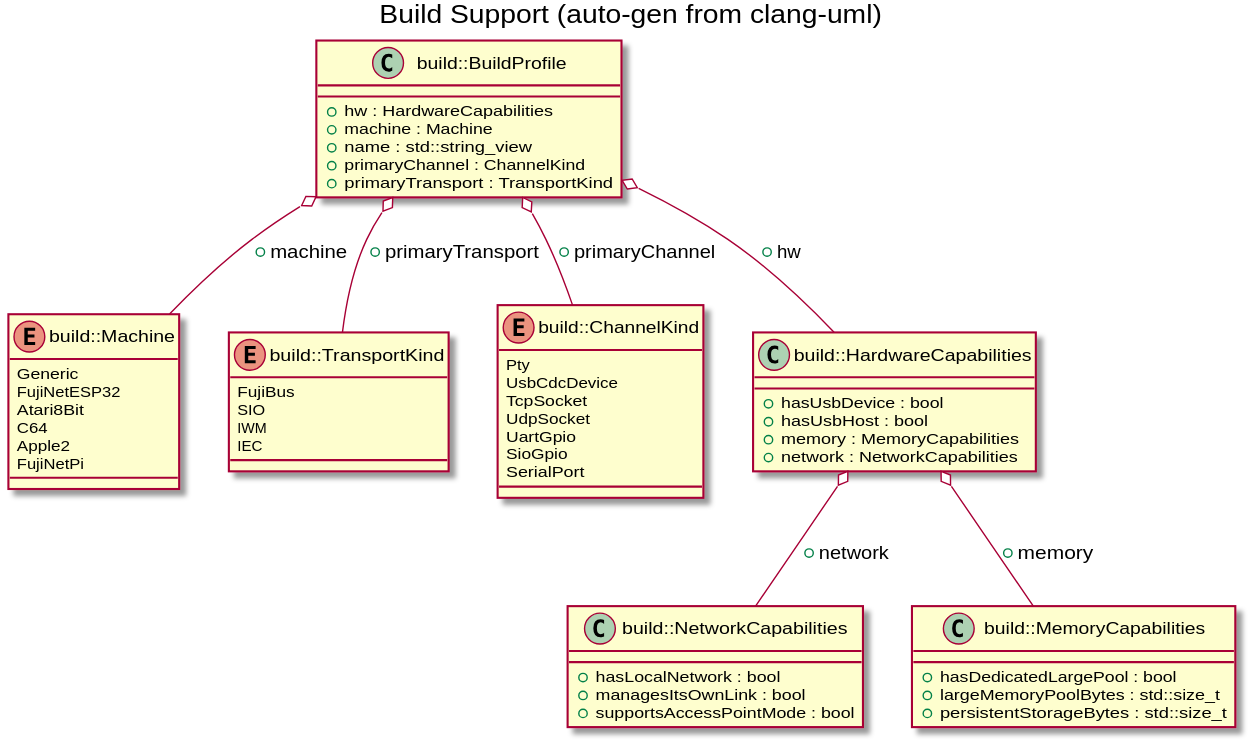
Earlier version of the PlantUML export docs/images/gen_build_support.svg (markjfisher/fujinet-nio).
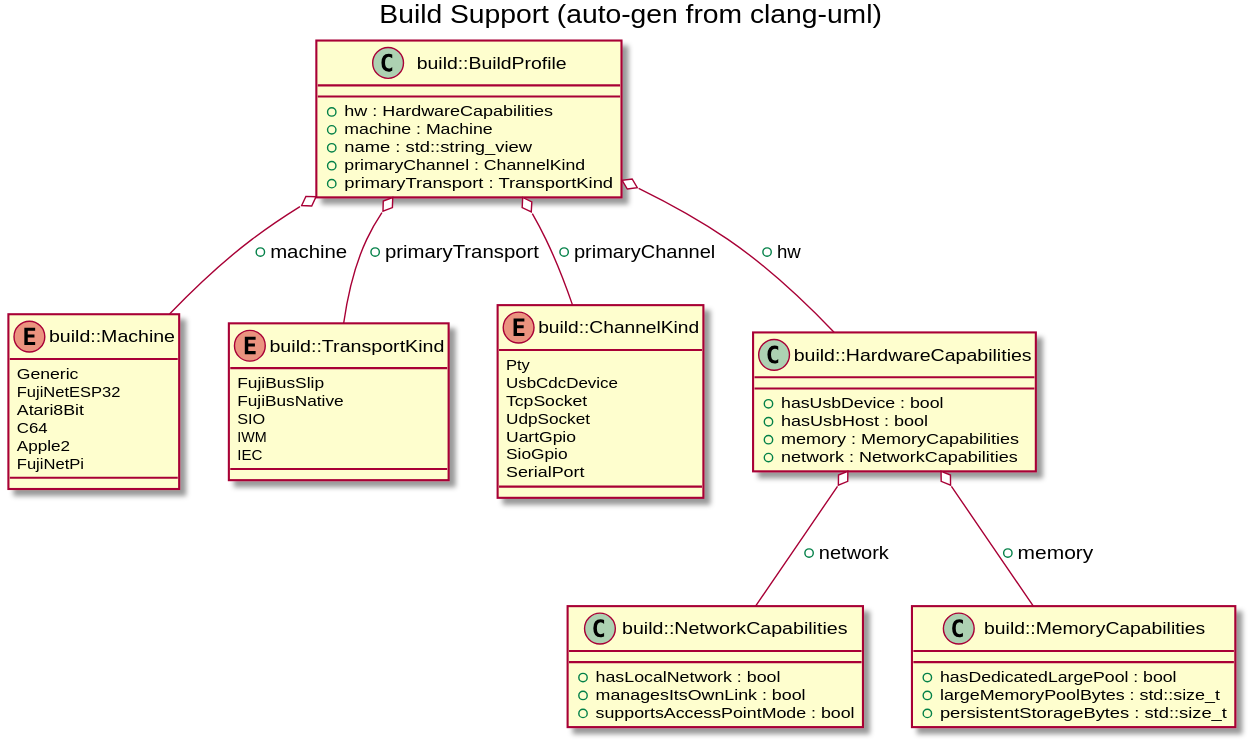
After the change.

The edit, as a diff of the source:
```diff
@@ -11,7 +11,8 @@
 }
 enum "build::TransportKind" as C_0002950475094340712788
 enum C_0002950475094340712788 {
-FujiBus
+FujiBusSlip
+FujiBusNative
 SIO
 IWM
 IEC
```
